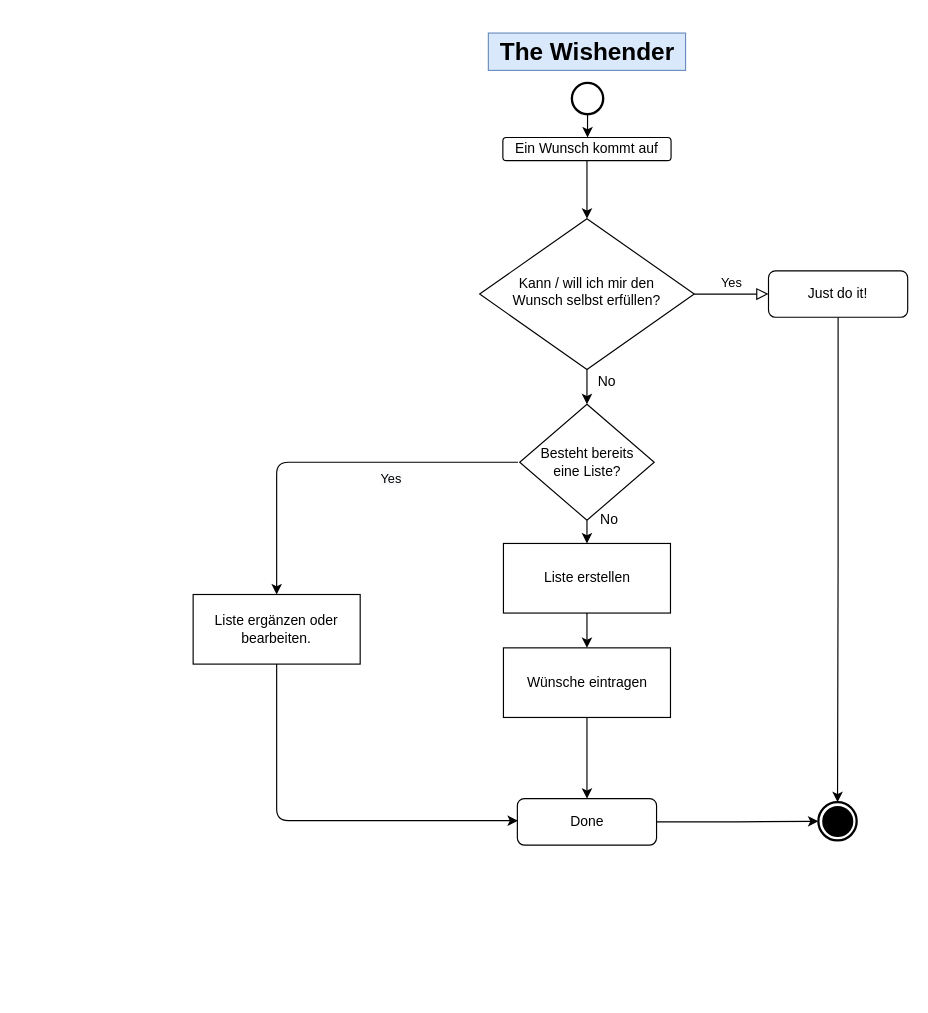
Before: wishender.drawio in braale96/hs21_prog2, a draw.io diagram. Source tidied: cells renumbered, new cells numbered last; positions are measured from the earlier drawing's top-left corner, leaving out a move shared by most shapes. Both pictures are drawn from the tidied source at 116%, with x=0, y=0 at pixel (193, 32).
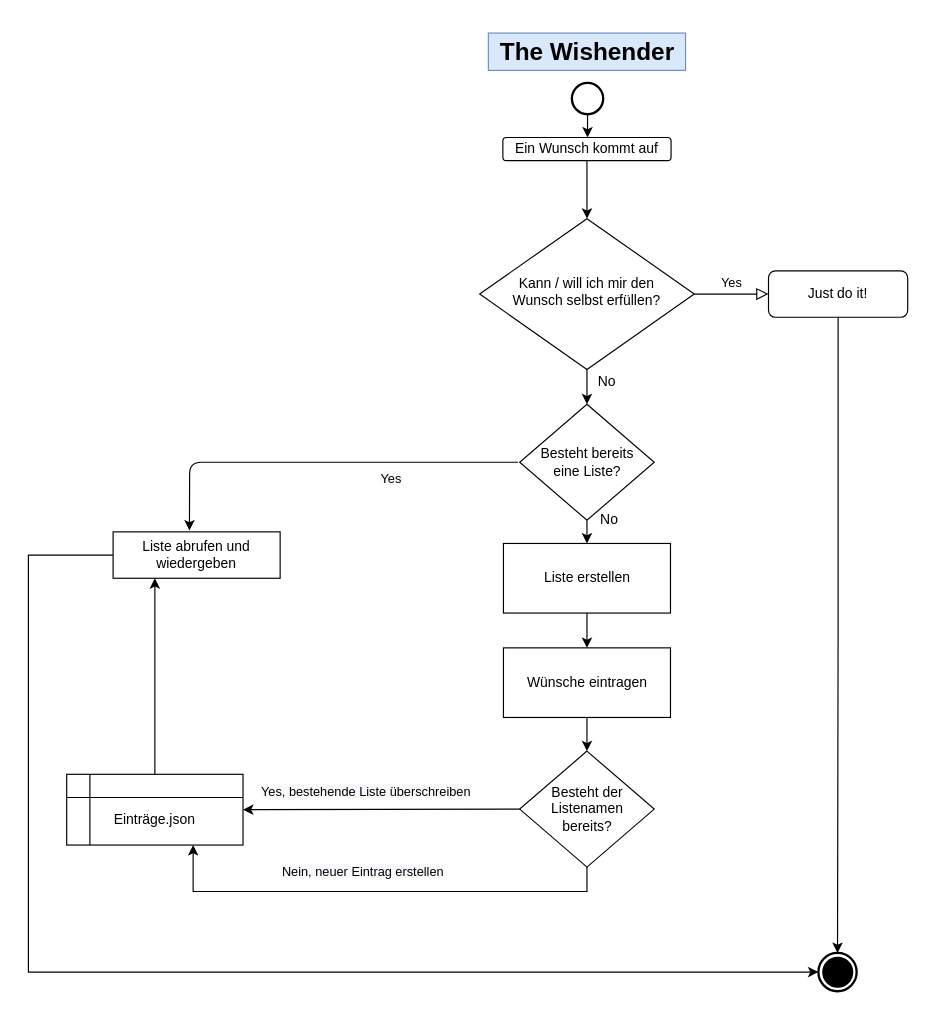
Above is the later version.

The change refers to these unchanged cells:
```xml
<mxCell id="19" value="Wünsche eintragen" style="rounded=0;whiteSpace=wrap;html=1;strokeWidth=1;" parent="1" vertex="1">
  <mxGeometry x="267.5" y="530" width="144" height="60" as="geometry" />
</mxCell>
```

What changed in the source:
```diff
@@
-    <mxCell id="9" style="edgeStyle=orthogonalEdgeStyle;rounded=0;jettySize=auto;html=1;entryX=0;entryY=0.5;entryDx=0;entryDy=0;entryPerimeter=0;" parent="1" edge="1" source="10" target="27">
-      <mxGeometry relative="1" as="geometry" />
-    </mxCell>
-    <mxCell id="10" value="Done" style="rounded=1;whiteSpace=wrap;html=1;fontSize=12;glass=0;strokeWidth=1;shadow=0;" parent="1" vertex="1">
-      <mxGeometry x="279.5" y="660" width="120" height="40" as="geometry" />
-    </mxCell>
@@
-    <mxCell id="13" style="endArrow=classic;html=1;entryX=0.5;entryY=0;entryDx=0;entryDy=0;" parent="1" edge="1" target="15">
+    <mxCell id="13" style="endArrow=classic;html=1;entryX=0.457;entryY=-0.031;entryDx=0;entryDy=0;entryPerimeter=0;" parent="1" edge="1" target="30">
       <mxGeometry relative="1" as="geometry">
         <mxPoint x="280" y="370" as="sourcePoint" />
         <Array as="points">
-          <mxPoint x="72" y="370" />
+          <mxPoint x="-3" y="370" />
         </Array>
       </mxGeometry>
     </mxCell>
@@
-    <mxCell id="15" value="Liste ergänzen oder bearbeiten." style="rounded=0;whiteSpace=wrap;html=1;strokeWidth=1;" parent="1" vertex="1">
-      <mxGeometry y="484" width="144" height="60" as="geometry" />
-    </mxCell>
-    <mxCell id="16" style="endArrow=classic;html=1;exitX=0.5;exitY=1;exitDx=0;exitDy=0;" parent="1" edge="1" source="15">
-      <mxGeometry relative="1" as="geometry">
-        <mxPoint x="280" y="679" as="targetPoint" />
-        <Array as="points">
-          <mxPoint x="72" y="679" />
-        </Array>
-      </mxGeometry>
-    </mxCell>
@@
-    <mxCell id="20" style="endArrow=classic;html=1;entryX=0.5;entryY=0;entryDx=0;entryDy=0;exitX=0.5;exitY=1;exitDx=0;exitDy=0;" parent="1" edge="1" source="19" target="10">
+    <mxCell id="20" style="endArrow=classic;html=1;exitX=0.5;exitY=1;exitDx=0;exitDy=0;entryX=0.5;entryY=0;entryDx=0;entryDy=0;" parent="1" edge="1" source="19" target="32">
       <mxGeometry relative="1" as="geometry" />
     </mxCell>
@@
     <mxCell id="26" style="group;" parent="1" vertex="1">
-      <mxGeometry x="539" y="663" width="33" height="33" as="geometry" />
+      <mxGeometry x="539" y="663" width="33" height="83" as="geometry" />
     </mxCell>
     <mxCell id="27" style="strokeWidth=2;html=1;shape=mxgraph.flowchart.start_2;whiteSpace=wrap;fillColor=#FFFFFF;" parent="26" vertex="1">
-      <mxGeometry width="33" height="33" as="geometry" />
+      <mxGeometry y="130" width="33" height="33" as="geometry" />
     </mxCell>
     <mxCell id="28" style="strokeWidth=2;html=1;shape=mxgraph.flowchart.start_2;whiteSpace=wrap;fillColor=#000000;" parent="26" vertex="1">
-      <mxGeometry x="4.3" y="4.3" width="24.8" height="24.8" as="geometry" />
+      <mxGeometry x="4.3" y="134.3" width="24.8" height="24.8" as="geometry" />
     </mxCell>
+    <mxCell id="29" style="edgeStyle=orthogonalEdgeStyle;rounded=0;jettySize=auto;html=1;entryX=0;entryY=0.5;entryDx=0;entryDy=0;entryPerimeter=0;" parent="1" edge="1" source="30" target="27">
+      <mxGeometry relative="1" as="geometry">
+        <Array as="points">
+          <mxPoint x="-142" y="450" />
+          <mxPoint x="-142" y="809" />
+        </Array>
+      </mxGeometry>
+    </mxCell>
+    <mxCell id="30" value="Liste abrufen und wiedergeben" style="rounded=0;whiteSpace=wrap;html=1;strokeWidth=1;" parent="1" vertex="1">
+      <mxGeometry x="-69" y="430" width="144" height="40" as="geometry" />
+    </mxCell>
+    <mxCell id="31" style="edgeStyle=orthogonalEdgeStyle;rounded=0;jettySize=auto;html=1;" parent="1" edge="1" source="32" target="35">
+      <mxGeometry relative="1" as="geometry">
+        <Array as="points">
+          <mxPoint x="340" y="740" />
+          <mxPoint y="740" />
+        </Array>
+      </mxGeometry>
+    </mxCell>
+    <mxCell id="32" value="Besteht der Listenamen &lt;br&gt;bereits?" style="rhombus;whiteSpace=wrap;html=1;strokeWidth=1;" parent="1" vertex="1">
+      <mxGeometry x="281.5" y="619" width="116" height="100" as="geometry" />
+    </mxCell>
+    <mxCell id="33" style="endArrow=classic;html=1;exitX=0;exitY=0.5;exitDx=0;exitDy=0;entryX=1;entryY=0.5;entryDx=0;entryDy=0;" parent="1" edge="1" source="32" target="35">
+      <mxGeometry relative="1" as="geometry" />
+    </mxCell>
+    <mxCell id="34" style="edgeStyle=orthogonalEdgeStyle;rounded=0;jettySize=auto;html=1;entryX=0.25;entryY=1;entryDx=0;entryDy=0;" parent="1" edge="1" source="35" target="30">
+      <mxGeometry relative="1" as="geometry" />
+    </mxCell>
+    <mxCell id="35" value="&lt;br&gt;Einträge.json" style="shape=internalStorage;whiteSpace=wrap;html=1;backgroundOutline=1;" parent="1" vertex="1">
+      <mxGeometry x="-109" y="639" width="152" height="61" as="geometry" />
+    </mxCell>
+    <mxCell id="36" value="&lt;span style=&quot;color: rgb(0 , 0 , 0) ; font-family: &amp;#34;helvetica&amp;#34; ; font-size: 11px ; font-style: normal ; font-weight: 400 ; letter-spacing: normal ; text-align: center ; text-indent: 0px ; text-transform: none ; word-spacing: 0px ; background-color: rgb(248 , 249 , 250) ; display: inline ; float: none&quot;&gt;Yes, bestehende Liste überschreiben&lt;/span&gt;" style="text;whiteSpace=wrap;html=1;rotation=0;" parent="1" vertex="1">
+      <mxGeometry x="57" y="640" width="210" height="30" as="geometry" />
+    </mxCell>
+    <mxCell id="37" value="&lt;span style=&quot;color: rgb(0 , 0 , 0) ; font-family: &amp;#34;helvetica&amp;#34; ; font-size: 11px ; font-style: normal ; font-weight: 400 ; letter-spacing: normal ; text-align: center ; text-indent: 0px ; text-transform: none ; word-spacing: 0px ; background-color: rgb(248 , 249 , 250) ; display: inline ; float: none&quot;&gt;Nein, neuer Eintrag erstellen&lt;/span&gt;" style="text;whiteSpace=wrap;html=1;rotation=0;" parent="1" vertex="1">
+      <mxGeometry x="75" y="709" width="210" height="30" as="geometry" />
+    </mxCell>
```
